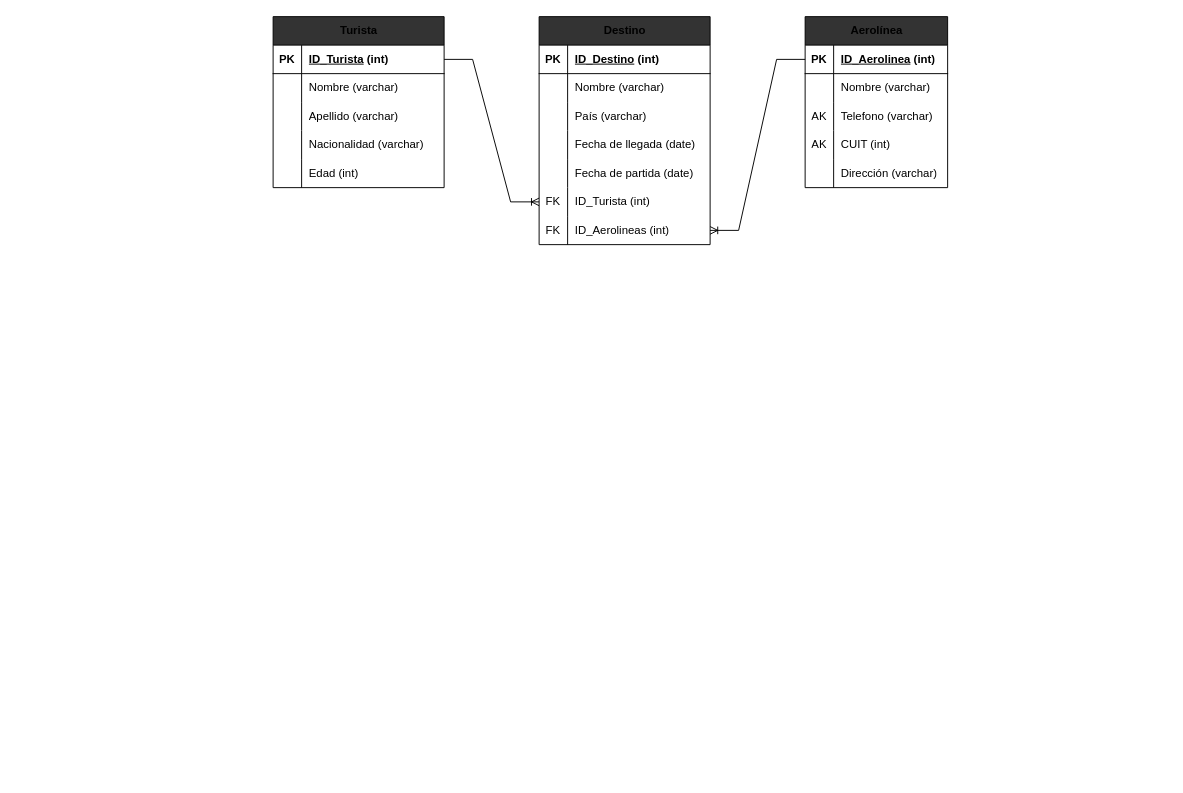
Above: Primero/BdDI/U1/Ejercicio_2.drawio in jqnag8/TUIA (draw.io), before the change. Source tidied: cells renumbered, new cells numbered last; positions are measured from the earlier drawing's top-left corner, leaving out a move shared by most shapes. Both pictures are drawn from the tidied source at 95%, with x=0, y=0 at pixel (273, 16).
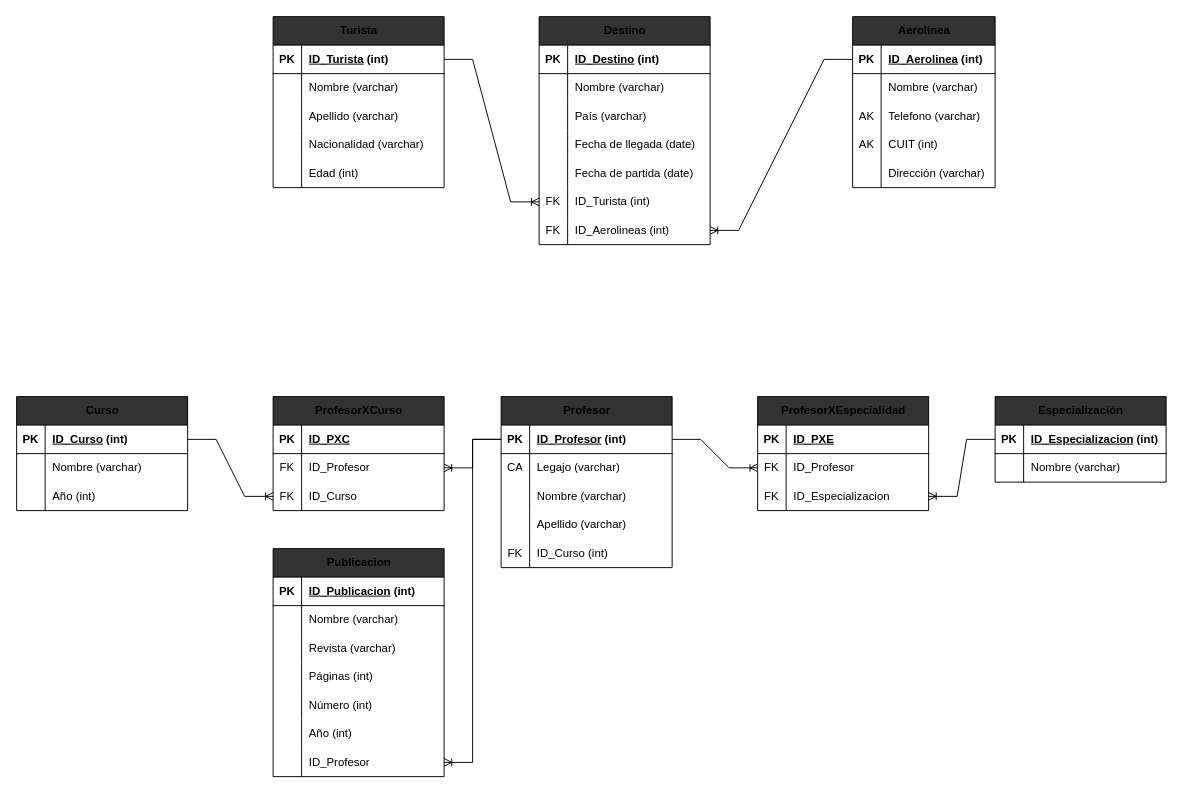
The same page after the edit.

Commit message:
Termino Profesor

Change to the diagram source:
```diff
@@
     <mxCell id="40" value="Aerolínea" style="shape=table;startSize=30;childLayout=tableLayout;rowLines=0;fontStyle=1;align=center;html=1;labelBackgroundColor=none;labelBorderColor=none;swimlaneFillColor=default;fillStyle=solid;verticalAlign=middle;gradientDirection=south;fillColor=#333333;" parent="1" vertex="1">
-      <mxGeometry x="560" width="150" height="180" as="geometry" />
+      <mxGeometry x="610" width="150" height="180" as="geometry" />
     </mxCell>
@@
+    <mxCell id="58" value="Profesor" style="shape=table;startSize=30;childLayout=tableLayout;rowLines=0;fontStyle=1;align=center;html=1;labelBackgroundColor=none;labelBorderColor=none;swimlaneFillColor=default;fillStyle=solid;verticalAlign=middle;gradientDirection=south;fillColor=#333333;" parent="1" vertex="1">
+      <mxGeometry x="240" y="400" width="180" height="180" as="geometry" />
+    </mxCell>
+    <mxCell id="59" style="shape=tableRow;horizontal=0;startSize=0;swimlaneHead=0;swimlaneBody=0;fillColor=none;points=[[0,0.5],[1,0.5]];portConstraint=eastwest;top=0;left=0;right=0;bottom=1;" parent="58" vertex="1">
+      <mxGeometry y="30" width="180" height="30" as="geometry" />
+    </mxCell>
+    <mxCell id="60" value="PK" style="shape=partialRectangle;fillColor=none;top=0;left=0;bottom=0;right=0;fontStyle=1;overflow=hidden;whiteSpace=wrap;html=1;" parent="59" vertex="1">
+      <mxGeometry width="30" height="30" as="geometry" />
+    </mxCell>
+    <mxCell id="61" value="&lt;u&gt;ID_Profesor&lt;/u&gt;&amp;nbsp;(int)" style="shape=partialRectangle;fillColor=none;top=0;left=0;bottom=0;right=0;align=left;spacingLeft=6;fontStyle=1;overflow=hidden;whiteSpace=wrap;html=1;" parent="59" vertex="1">
+      <mxGeometry x="30" width="150" height="30" as="geometry" />
+    </mxCell>
+    <mxCell id="62" style="shape=tableRow;horizontal=0;startSize=0;swimlaneHead=0;swimlaneBody=0;fillColor=none;top=0;left=0;right=0;bottom=0;" parent="58" vertex="1">
+      <mxGeometry y="60" width="180" height="30" as="geometry" />
+    </mxCell>
+    <mxCell id="63" value="CA" style="shape=partialRectangle;fillColor=none;top=0;left=0;bottom=0;right=0;overflow=hidden;whiteSpace=wrap;html=1;" parent="62" vertex="1">
+      <mxGeometry width="30" height="30" as="geometry" />
+    </mxCell>
+    <mxCell id="64" value="Legajo (varchar)" style="shape=partialRectangle;fillColor=none;top=0;left=0;bottom=0;right=0;align=left;spacingLeft=6;overflow=hidden;whiteSpace=wrap;html=1;" parent="62" vertex="1">
+      <mxGeometry x="30" width="150" height="30" as="geometry" />
+    </mxCell>
+    <mxCell id="65" style="shape=tableRow;horizontal=0;startSize=0;swimlaneHead=0;swimlaneBody=0;fillColor=none;top=0;left=0;right=0;bottom=0;" parent="58" vertex="1">
+      <mxGeometry y="90" width="180" height="30" as="geometry" />
+    </mxCell>
+    <mxCell id="66" style="shape=partialRectangle;fillColor=none;top=0;left=0;bottom=0;right=0;overflow=hidden;whiteSpace=wrap;html=1;" parent="65" vertex="1">
+      <mxGeometry width="30" height="30" as="geometry" />
+    </mxCell>
+    <mxCell id="67" value="Nombre (varchar)" style="shape=partialRectangle;fillColor=none;top=0;left=0;bottom=0;right=0;align=left;spacingLeft=6;overflow=hidden;whiteSpace=wrap;html=1;" parent="65" vertex="1">
+      <mxGeometry x="30" width="150" height="30" as="geometry" />
+    </mxCell>
+    <mxCell id="68" style="shape=tableRow;horizontal=0;startSize=0;swimlaneHead=0;swimlaneBody=0;fillColor=none;top=0;left=0;right=0;bottom=0;" parent="58" vertex="1">
+      <mxGeometry y="120" width="180" height="30" as="geometry" />
+    </mxCell>
+    <mxCell id="69" style="shape=partialRectangle;fillColor=none;top=0;left=0;bottom=0;right=0;overflow=hidden;whiteSpace=wrap;html=1;" parent="68" vertex="1">
+      <mxGeometry width="30" height="30" as="geometry" />
+    </mxCell>
+    <mxCell id="70" value="Apellido (varchar)" style="shape=partialRectangle;fillColor=none;top=0;left=0;bottom=0;right=0;align=left;spacingLeft=6;overflow=hidden;whiteSpace=wrap;html=1;" parent="68" vertex="1">
+      <mxGeometry x="30" width="150" height="30" as="geometry" />
+    </mxCell>
+    <mxCell id="71" style="shape=tableRow;horizontal=0;startSize=0;swimlaneHead=0;swimlaneBody=0;fillColor=none;top=0;left=0;right=0;bottom=0;" parent="58" vertex="1">
+      <mxGeometry y="150" width="180" height="30" as="geometry" />
+    </mxCell>
+    <mxCell id="72" value="FK" style="shape=partialRectangle;fillColor=none;top=0;left=0;bottom=0;right=0;overflow=hidden;whiteSpace=wrap;html=1;" parent="71" vertex="1">
+      <mxGeometry width="30" height="30" as="geometry" />
+    </mxCell>
+    <mxCell id="73" value="ID_Curso (int)" style="shape=partialRectangle;fillColor=none;top=0;left=0;bottom=0;right=0;align=left;spacingLeft=6;overflow=hidden;whiteSpace=wrap;html=1;" parent="71" vertex="1">
+      <mxGeometry x="30" width="150" height="30" as="geometry" />
+    </mxCell>
+    <mxCell id="74" value="Especialización" style="shape=table;startSize=30;childLayout=tableLayout;rowLines=0;fontStyle=1;align=center;html=1;labelBackgroundColor=none;labelBorderColor=none;swimlaneFillColor=default;fillStyle=solid;verticalAlign=middle;gradientDirection=south;fillColor=#333333;" parent="1" vertex="1">
+      <mxGeometry x="760" y="400" width="180" height="90" as="geometry" />
+    </mxCell>
+    <mxCell id="75" style="shape=tableRow;horizontal=0;startSize=0;swimlaneHead=0;swimlaneBody=0;fillColor=none;points=[[0,0.5],[1,0.5]];portConstraint=eastwest;top=0;left=0;right=0;bottom=1;" parent="74" vertex="1">
+      <mxGeometry y="30" width="180" height="30" as="geometry" />
+    </mxCell>
+    <mxCell id="76" value="PK" style="shape=partialRectangle;fillColor=none;top=0;left=0;bottom=0;right=0;fontStyle=1;overflow=hidden;whiteSpace=wrap;html=1;" parent="75" vertex="1">
+      <mxGeometry width="30" height="30" as="geometry" />
+    </mxCell>
+    <mxCell id="77" value="&lt;u&gt;ID_Especializacion&lt;/u&gt;&amp;nbsp;(int)" style="shape=partialRectangle;fillColor=none;top=0;left=0;bottom=0;right=0;align=left;spacingLeft=6;fontStyle=1;overflow=hidden;whiteSpace=wrap;html=1;" parent="75" vertex="1">
+      <mxGeometry x="30" width="150" height="30" as="geometry" />
+    </mxCell>
+    <mxCell id="78" style="shape=tableRow;horizontal=0;startSize=0;swimlaneHead=0;swimlaneBody=0;fillColor=none;top=0;left=0;right=0;bottom=0;" parent="74" vertex="1">
+      <mxGeometry y="60" width="180" height="30" as="geometry" />
+    </mxCell>
+    <mxCell id="79" style="shape=partialRectangle;fillColor=none;top=0;left=0;bottom=0;right=0;overflow=hidden;whiteSpace=wrap;html=1;" parent="78" vertex="1">
+      <mxGeometry width="30" height="30" as="geometry" />
+    </mxCell>
+    <mxCell id="80" value="Nombre (varchar)" style="shape=partialRectangle;fillColor=none;top=0;left=0;bottom=0;right=0;align=left;spacingLeft=6;overflow=hidden;whiteSpace=wrap;html=1;" parent="78" vertex="1">
+      <mxGeometry x="30" width="150" height="30" as="geometry" />
+    </mxCell>
+    <mxCell id="81" value="ProfesorXEspecialidad" style="shape=table;startSize=30;childLayout=tableLayout;rowLines=0;fontStyle=1;align=center;html=1;labelBackgroundColor=none;labelBorderColor=none;swimlaneFillColor=default;fillStyle=solid;verticalAlign=middle;gradientDirection=south;fillColor=#333333;" parent="1" vertex="1">
+      <mxGeometry x="510" y="400" width="180" height="120" as="geometry" />
+    </mxCell>
+    <mxCell id="82" style="shape=tableRow;horizontal=0;startSize=0;swimlaneHead=0;swimlaneBody=0;fillColor=none;top=0;left=0;right=0;bottom=1;" parent="81" vertex="1">
+      <mxGeometry y="30" width="180" height="30" as="geometry" />
+    </mxCell>
+    <mxCell id="83" value="PK" style="shape=partialRectangle;fillColor=none;top=0;left=0;bottom=0;right=0;fontStyle=1;overflow=hidden;whiteSpace=wrap;html=1;" parent="82" vertex="1">
+      <mxGeometry width="30" height="30" as="geometry" />
+    </mxCell>
+    <mxCell id="84" value="&lt;u&gt;ID_PXE&lt;/u&gt;" style="shape=partialRectangle;fillColor=none;top=0;left=0;bottom=0;right=0;align=left;spacingLeft=6;fontStyle=1;overflow=hidden;whiteSpace=wrap;html=1;" parent="82" vertex="1">
+      <mxGeometry x="30" width="150" height="30" as="geometry" />
+    </mxCell>
+    <mxCell id="85" style="shape=tableRow;horizontal=0;startSize=0;swimlaneHead=0;swimlaneBody=0;fillColor=none;points=[[0,0.5],[1,0.5]];portConstraint=eastwest;top=0;left=0;right=0;bottom=0;" parent="81" vertex="1">
+      <mxGeometry y="60" width="180" height="30" as="geometry" />
+    </mxCell>
+    <mxCell id="86" value="FK" style="shape=partialRectangle;fillColor=none;top=0;left=0;bottom=0;right=0;overflow=hidden;whiteSpace=wrap;html=1;" parent="85" vertex="1">
+      <mxGeometry width="30" height="30" as="geometry" />
+    </mxCell>
+    <mxCell id="87" value="ID_Profesor" style="shape=partialRectangle;fillColor=none;top=0;left=0;bottom=0;right=0;align=left;spacingLeft=6;overflow=hidden;whiteSpace=wrap;html=1;" parent="85" vertex="1">
+      <mxGeometry x="30" width="150" height="30" as="geometry" />
+    </mxCell>
+    <mxCell id="88" style="shape=tableRow;horizontal=0;startSize=0;swimlaneHead=0;swimlaneBody=0;fillColor=none;points=[[0,0.5],[1,0.5]];portConstraint=eastwest;top=0;left=0;right=0;bottom=0;" parent="81" vertex="1">
+      <mxGeometry y="90" width="180" height="30" as="geometry" />
+    </mxCell>
+    <mxCell id="89" value="FK" style="shape=partialRectangle;fillColor=none;top=0;left=0;bottom=0;right=0;overflow=hidden;whiteSpace=wrap;html=1;" parent="88" vertex="1">
+      <mxGeometry width="30" height="30" as="geometry" />
+    </mxCell>
+    <mxCell id="90" value="ID_Especializacion" style="shape=partialRectangle;fillColor=none;top=0;left=0;bottom=0;right=0;align=left;spacingLeft=6;overflow=hidden;whiteSpace=wrap;html=1;" parent="88" vertex="1">
+      <mxGeometry x="30" width="150" height="30" as="geometry" />
+    </mxCell>
+    <mxCell id="91" style="edgeStyle=entityRelationEdgeStyle;fontSize=12;html=1;endArrow=ERoneToMany;rounded=0;" parent="1" edge="1" source="59" target="85">
+      <mxGeometry relative="1" as="geometry" />
+    </mxCell>
+    <mxCell id="92" style="edgeStyle=entityRelationEdgeStyle;fontSize=12;html=1;endArrow=ERoneToMany;rounded=0;" parent="1" edge="1" source="75" target="88">
+      <mxGeometry relative="1" as="geometry" />
+    </mxCell>
+    <mxCell id="93" value="Curso" style="shape=table;startSize=30;childLayout=tableLayout;rowLines=0;fontStyle=1;align=center;html=1;labelBackgroundColor=none;labelBorderColor=none;swimlaneFillColor=default;fillStyle=solid;verticalAlign=middle;gradientDirection=south;fillColor=#333333;" parent="1" vertex="1">
+      <mxGeometry x="-270" y="400" width="180" height="120" as="geometry" />
+    </mxCell>
+    <mxCell id="94" style="shape=tableRow;horizontal=0;startSize=0;swimlaneHead=0;swimlaneBody=0;fillColor=none;points=[[0,0.5],[1,0.5]];portConstraint=eastwest;top=0;left=0;right=0;bottom=1;" parent="93" vertex="1">
+      <mxGeometry y="30" width="180" height="30" as="geometry" />
+    </mxCell>
+    <mxCell id="95" value="PK" style="shape=partialRectangle;fillColor=none;top=0;left=0;bottom=0;right=0;fontStyle=1;overflow=hidden;whiteSpace=wrap;html=1;" parent="94" vertex="1">
+      <mxGeometry width="30" height="30" as="geometry" />
+    </mxCell>
+    <mxCell id="96" value="&lt;u&gt;ID_Curso&lt;/u&gt;&amp;nbsp;(int)" style="shape=partialRectangle;fillColor=none;top=0;left=0;bottom=0;right=0;align=left;spacingLeft=6;fontStyle=1;overflow=hidden;whiteSpace=wrap;html=1;" parent="94" vertex="1">
+      <mxGeometry x="30" width="150" height="30" as="geometry" />
+    </mxCell>
+    <mxCell id="97" style="shape=tableRow;horizontal=0;startSize=0;swimlaneHead=0;swimlaneBody=0;fillColor=none;top=0;left=0;right=0;bottom=0;" parent="93" vertex="1">
+      <mxGeometry y="60" width="180" height="30" as="geometry" />
+    </mxCell>
+    <mxCell id="98" style="shape=partialRectangle;fillColor=none;top=0;left=0;bottom=0;right=0;overflow=hidden;whiteSpace=wrap;html=1;" parent="97" vertex="1">
+      <mxGeometry width="30" height="30" as="geometry" />
+    </mxCell>
+    <mxCell id="99" value="Nombre (varchar)" style="shape=partialRectangle;fillColor=none;top=0;left=0;bottom=0;right=0;align=left;spacingLeft=6;overflow=hidden;whiteSpace=wrap;html=1;" parent="97" vertex="1">
+      <mxGeometry x="30" width="150" height="30" as="geometry" />
+    </mxCell>
+    <mxCell id="100" style="shape=tableRow;horizontal=0;startSize=0;swimlaneHead=0;swimlaneBody=0;fillColor=none;top=0;left=0;right=0;bottom=0;" parent="93" vertex="1">
+      <mxGeometry y="90" width="180" height="30" as="geometry" />
+    </mxCell>
+    <mxCell id="101" style="shape=partialRectangle;fillColor=none;top=0;left=0;bottom=0;right=0;overflow=hidden;whiteSpace=wrap;html=1;" parent="100" vertex="1">
+      <mxGeometry width="30" height="30" as="geometry" />
+    </mxCell>
+    <mxCell id="102" value="Año (int)" style="shape=partialRectangle;fillColor=none;top=0;left=0;bottom=0;right=0;align=left;spacingLeft=6;overflow=hidden;whiteSpace=wrap;html=1;" parent="100" vertex="1">
+      <mxGeometry x="30" width="150" height="30" as="geometry" />
+    </mxCell>
+    <mxCell id="103" value="ProfesorXCurso" style="shape=table;startSize=30;childLayout=tableLayout;rowLines=0;fontStyle=1;align=center;html=1;labelBackgroundColor=none;labelBorderColor=none;swimlaneFillColor=default;fillStyle=solid;verticalAlign=middle;gradientDirection=south;fillColor=#333333;" parent="1" vertex="1">
+      <mxGeometry y="400" width="180" height="120" as="geometry" />
+    </mxCell>
+    <mxCell id="104" style="shape=tableRow;horizontal=0;startSize=0;swimlaneHead=0;swimlaneBody=0;fillColor=none;top=0;left=0;right=0;bottom=1;" parent="103" vertex="1">
+      <mxGeometry y="30" width="180" height="30" as="geometry" />
+    </mxCell>
+    <mxCell id="105" value="PK" style="shape=partialRectangle;fillColor=none;top=0;left=0;bottom=0;right=0;fontStyle=1;overflow=hidden;whiteSpace=wrap;html=1;" parent="104" vertex="1">
+      <mxGeometry width="30" height="30" as="geometry" />
+    </mxCell>
+    <mxCell id="106" value="&lt;u&gt;ID_PXC&lt;/u&gt;" style="shape=partialRectangle;fillColor=none;top=0;left=0;bottom=0;right=0;align=left;spacingLeft=6;fontStyle=1;overflow=hidden;whiteSpace=wrap;html=1;" parent="104" vertex="1">
+      <mxGeometry x="30" width="150" height="30" as="geometry" />
+    </mxCell>
+    <mxCell id="107" style="shape=tableRow;horizontal=0;startSize=0;swimlaneHead=0;swimlaneBody=0;fillColor=none;points=[[0,0.5],[1,0.5]];portConstraint=eastwest;top=0;left=0;right=0;bottom=0;" parent="103" vertex="1">
+      <mxGeometry y="60" width="180" height="30" as="geometry" />
+    </mxCell>
+    <mxCell id="108" value="FK" style="shape=partialRectangle;fillColor=none;top=0;left=0;bottom=0;right=0;overflow=hidden;whiteSpace=wrap;html=1;" parent="107" vertex="1">
+      <mxGeometry width="30" height="30" as="geometry" />
+    </mxCell>
+    <mxCell id="109" value="ID_Profesor" style="shape=partialRectangle;fillColor=none;top=0;left=0;bottom=0;right=0;align=left;spacingLeft=6;overflow=hidden;whiteSpace=wrap;html=1;" parent="107" vertex="1">
+      <mxGeometry x="30" width="150" height="30" as="geometry" />
+    </mxCell>
+    <mxCell id="110" style="shape=tableRow;horizontal=0;startSize=0;swimlaneHead=0;swimlaneBody=0;fillColor=none;points=[[0,0.5],[1,0.5]];portConstraint=eastwest;top=0;left=0;right=0;bottom=0;" parent="103" vertex="1">
+      <mxGeometry y="90" width="180" height="30" as="geometry" />
+    </mxCell>
+    <mxCell id="111" value="FK" style="shape=partialRectangle;fillColor=none;top=0;left=0;bottom=0;right=0;overflow=hidden;whiteSpace=wrap;html=1;" parent="110" vertex="1">
+      <mxGeometry width="30" height="30" as="geometry" />
+    </mxCell>
+    <mxCell id="112" value="ID_Curso" style="shape=partialRectangle;fillColor=none;top=0;left=0;bottom=0;right=0;align=left;spacingLeft=6;overflow=hidden;whiteSpace=wrap;html=1;" parent="110" vertex="1">
+      <mxGeometry x="30" width="150" height="30" as="geometry" />
+    </mxCell>
+    <mxCell id="113" style="edgeStyle=entityRelationEdgeStyle;fontSize=12;html=1;endArrow=ERoneToMany;rounded=0;" parent="1" edge="1" source="94" target="110">
+      <mxGeometry relative="1" as="geometry" />
+    </mxCell>
+    <mxCell id="114" style="edgeStyle=entityRelationEdgeStyle;fontSize=12;html=1;endArrow=ERoneToMany;rounded=0;" parent="1" edge="1" source="59" target="107">
+      <mxGeometry relative="1" as="geometry" />
+    </mxCell>
+    <mxCell id="115" value="Publicacion" style="shape=table;startSize=30;childLayout=tableLayout;rowLines=0;fontStyle=1;align=center;html=1;labelBackgroundColor=none;labelBorderColor=none;swimlaneFillColor=default;fillStyle=solid;verticalAlign=middle;gradientDirection=south;fillColor=#333333;" parent="1" vertex="1">
+      <mxGeometry y="560" width="180" height="240" as="geometry" />
+    </mxCell>
+    <mxCell id="116" style="shape=tableRow;horizontal=0;startSize=0;swimlaneHead=0;swimlaneBody=0;fillColor=none;top=0;left=0;right=0;bottom=1;" parent="115" vertex="1">
+      <mxGeometry y="30" width="180" height="30" as="geometry" />
+    </mxCell>
+    <mxCell id="117" value="PK" style="shape=partialRectangle;fillColor=none;top=0;left=0;bottom=0;right=0;fontStyle=1;overflow=hidden;whiteSpace=wrap;html=1;" parent="116" vertex="1">
+      <mxGeometry width="30" height="30" as="geometry" />
+    </mxCell>
+    <mxCell id="118" value="&lt;u&gt;ID_Publicacion&lt;/u&gt;&amp;nbsp;(int)" style="shape=partialRectangle;fillColor=none;top=0;left=0;bottom=0;right=0;align=left;spacingLeft=6;fontStyle=1;overflow=hidden;whiteSpace=wrap;html=1;" parent="116" vertex="1">
+      <mxGeometry x="30" width="150" height="30" as="geometry" />
+    </mxCell>
+    <mxCell id="119" style="shape=tableRow;horizontal=0;startSize=0;swimlaneHead=0;swimlaneBody=0;fillColor=none;top=0;left=0;right=0;bottom=0;" parent="115" vertex="1">
+      <mxGeometry y="60" width="180" height="30" as="geometry" />
+    </mxCell>
+    <mxCell id="120" style="shape=partialRectangle;fillColor=none;top=0;left=0;bottom=0;right=0;overflow=hidden;whiteSpace=wrap;html=1;" parent="119" vertex="1">
+      <mxGeometry width="30" height="30" as="geometry" />
+    </mxCell>
+    <mxCell id="121" value="Nombre (varchar)" style="shape=partialRectangle;fillColor=none;top=0;left=0;bottom=0;right=0;align=left;spacingLeft=6;overflow=hidden;whiteSpace=wrap;html=1;" parent="119" vertex="1">
+      <mxGeometry x="30" width="150" height="30" as="geometry" />
+    </mxCell>
+    <mxCell id="122" style="shape=tableRow;horizontal=0;startSize=0;swimlaneHead=0;swimlaneBody=0;fillColor=none;top=0;left=0;right=0;bottom=0;" parent="115" vertex="1">
+      <mxGeometry y="90" width="180" height="30" as="geometry" />
+    </mxCell>
+    <mxCell id="123" style="shape=partialRectangle;fillColor=none;top=0;left=0;bottom=0;right=0;overflow=hidden;whiteSpace=wrap;html=1;" parent="122" vertex="1">
+      <mxGeometry width="30" height="30" as="geometry" />
+    </mxCell>
+    <mxCell id="124" value="Revista (varchar)" style="shape=partialRectangle;fillColor=none;top=0;left=0;bottom=0;right=0;align=left;spacingLeft=6;overflow=hidden;whiteSpace=wrap;html=1;" parent="122" vertex="1">
+      <mxGeometry x="30" width="150" height="30" as="geometry" />
+    </mxCell>
+    <mxCell id="125" style="shape=tableRow;horizontal=0;startSize=0;swimlaneHead=0;swimlaneBody=0;fillColor=none;top=0;left=0;right=0;bottom=0;" parent="115" vertex="1">
+      <mxGeometry y="120" width="180" height="30" as="geometry" />
+    </mxCell>
+    <mxCell id="126" style="shape=partialRectangle;fillColor=none;top=0;left=0;bottom=0;right=0;overflow=hidden;whiteSpace=wrap;html=1;" parent="125" vertex="1">
+      <mxGeometry width="30" height="30" as="geometry" />
+    </mxCell>
+    <mxCell id="127" value="Páginas (int)" style="shape=partialRectangle;fillColor=none;top=0;left=0;bottom=0;right=0;align=left;spacingLeft=6;overflow=hidden;whiteSpace=wrap;html=1;" parent="125" vertex="1">
+      <mxGeometry x="30" width="150" height="30" as="geometry" />
+    </mxCell>
+    <mxCell id="128" style="shape=tableRow;horizontal=0;startSize=0;swimlaneHead=0;swimlaneBody=0;fillColor=none;top=0;left=0;right=0;bottom=0;" parent="115" vertex="1">
+      <mxGeometry y="150" width="180" height="30" as="geometry" />
+    </mxCell>
+    <mxCell id="129" style="shape=partialRectangle;fillColor=none;top=0;left=0;bottom=0;right=0;overflow=hidden;whiteSpace=wrap;html=1;" parent="128" vertex="1">
+      <mxGeometry width="30" height="30" as="geometry" />
+    </mxCell>
+    <mxCell id="130" value="Número (int)" style="shape=partialRectangle;fillColor=none;top=0;left=0;bottom=0;right=0;align=left;spacingLeft=6;overflow=hidden;whiteSpace=wrap;html=1;" parent="128" vertex="1">
+      <mxGeometry x="30" width="150" height="30" as="geometry" />
+    </mxCell>
+    <mxCell id="131" style="shape=tableRow;horizontal=0;startSize=0;swimlaneHead=0;swimlaneBody=0;fillColor=none;top=0;left=0;right=0;bottom=0;" parent="115" vertex="1">
+      <mxGeometry y="180" width="180" height="30" as="geometry" />
+    </mxCell>
+    <mxCell id="132" style="shape=partialRectangle;fillColor=none;top=0;left=0;bottom=0;right=0;overflow=hidden;whiteSpace=wrap;html=1;" parent="131" vertex="1">
+      <mxGeometry width="30" height="30" as="geometry" />
+    </mxCell>
+    <mxCell id="133" value="Año (int)" style="shape=partialRectangle;fillColor=none;top=0;left=0;bottom=0;right=0;align=left;spacingLeft=6;overflow=hidden;whiteSpace=wrap;html=1;" parent="131" vertex="1">
+      <mxGeometry x="30" width="150" height="30" as="geometry" />
+    </mxCell>
+    <mxCell id="134" style="shape=tableRow;horizontal=0;startSize=0;swimlaneHead=0;swimlaneBody=0;fillColor=none;points=[[0,0.5],[1,0.5]];portConstraint=eastwest;top=0;left=0;right=0;bottom=0;" parent="115" vertex="1">
+      <mxGeometry y="210" width="180" height="30" as="geometry" />
+    </mxCell>
+    <mxCell id="135" style="shape=partialRectangle;fillColor=none;top=0;left=0;bottom=0;right=0;overflow=hidden;whiteSpace=wrap;html=1;" parent="134" vertex="1">
+      <mxGeometry width="30" height="30" as="geometry" />
+    </mxCell>
+    <mxCell id="136" value="ID_Profesor" style="shape=partialRectangle;fillColor=none;top=0;left=0;bottom=0;right=0;align=left;spacingLeft=6;overflow=hidden;whiteSpace=wrap;html=1;" parent="134" vertex="1">
+      <mxGeometry x="30" width="150" height="30" as="geometry" />
+    </mxCell>
+    <mxCell id="137" style="edgeStyle=entityRelationEdgeStyle;fontSize=12;html=1;endArrow=ERoneToMany;rounded=0;" parent="1" edge="1" source="59" target="134">
+      <mxGeometry relative="1" as="geometry" />
+    </mxCell>
```
